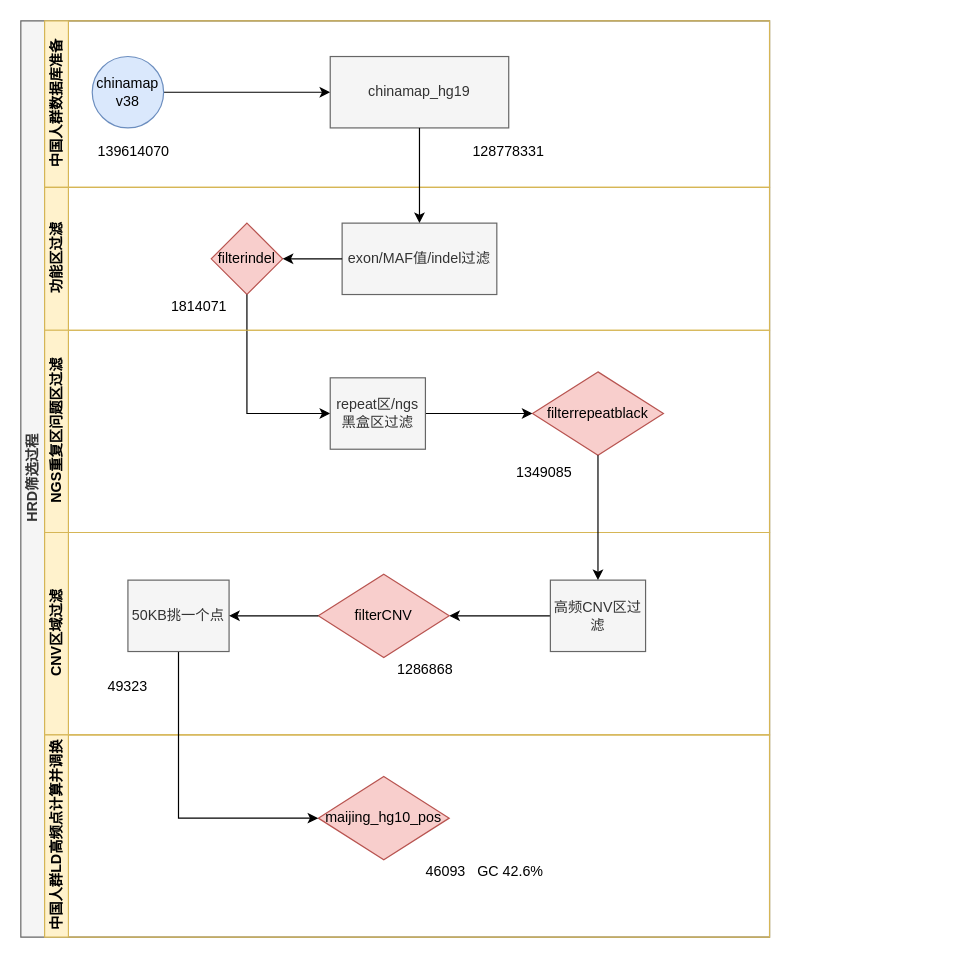
kkshaxqd/pipline_contral keeps this draw.io diagram as HRD_shaixuan_Diagram.drawio. Above is the earlier version. Source tidied: cells renumbered, new cells numbered last; positions are measured from the earlier drawing's top-left corner, leaving out a move shared by most shapes. Both pictures are drawn from the tidied source at 119%, with x=0, y=0 at pixel (20, 20).
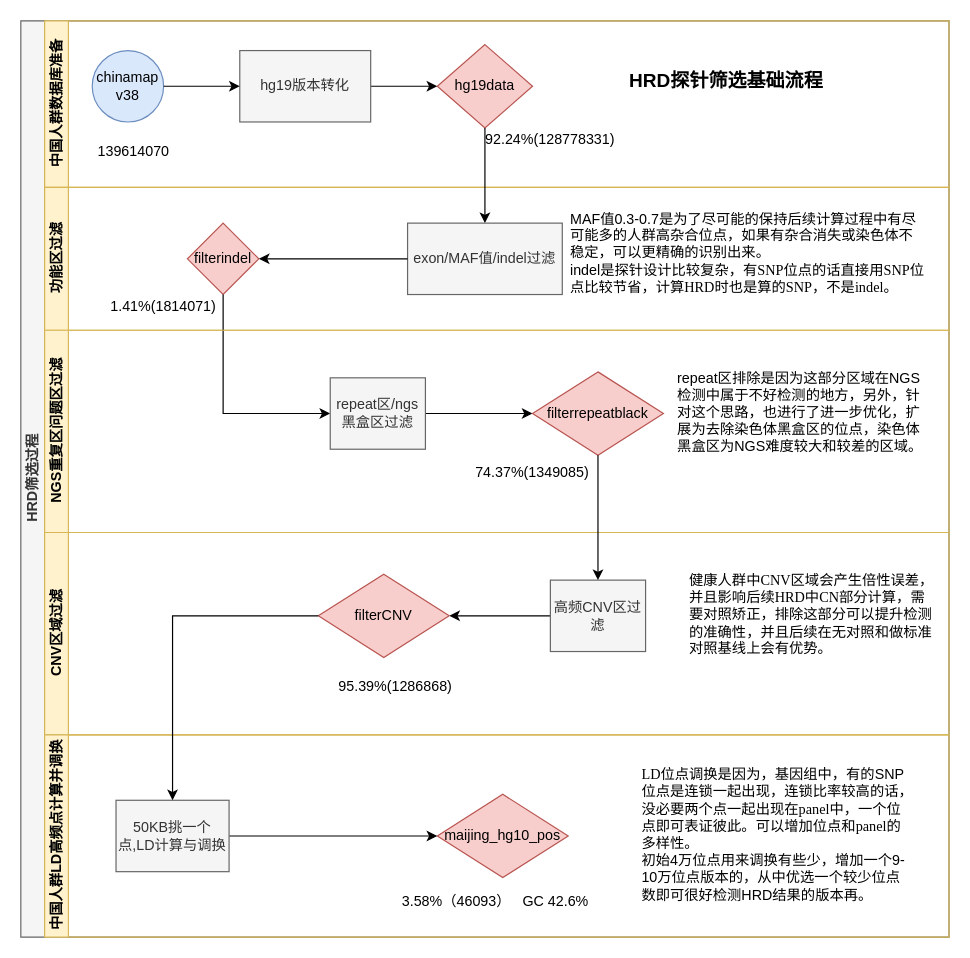
Above is the later version.

The change refers to these unchanged cells:
```xml
<mxCell id="19" value="filterrepeatblack" style="rhombus;whiteSpace=wrap;html=1;fontFamily=Helvetica;fontSize=12;align=center;fillColor=#f8cecc;strokeColor=#b85450;" parent="16" vertex="1">
  <mxGeometry x="410" y="35" width="110" height="70" as="geometry" />
</mxCell>
<mxCell id="23" value="高频CNV区过滤" style="rounded=0;whiteSpace=wrap;html=1;fontFamily=Helvetica;fontSize=12;fontColor=#333333;align=center;fillColor=#f5f5f5;strokeColor=#666666;" parent="21" vertex="1">
  <mxGeometry x="425" y="40" width="80" height="60" as="geometry" />
</mxCell>
<mxCell id="24" value="filterCNV" style="rhombus;whiteSpace=wrap;html=1;fontFamily=Helvetica;fontSize=12;align=center;fillColor=#f8cecc;strokeColor=#b85450;" parent="21" vertex="1">
  <mxGeometry x="230" y="35" width="110" height="70" as="geometry" />
</mxCell>
```

What changed in the source:
```diff
@@
     <mxCell id="2" value="HRD筛选过程" style="swimlane;html=1;horizontal=0;startSize=20;fillColor=#f5f5f5;strokeColor=#666666;fontColor=#333333;" parent="1" vertex="1">
-      <mxGeometry width="629.2" height="770" as="geometry" />
+      <mxGeometry width="780" height="770" as="geometry" />
     </mxCell>
     <mxCell id="3" value="中国人群数据库准备" style="swimlane;html=1;startSize=20;horizontal=0;fillColor=#fff2cc;strokeColor=#d6b656;" parent="2" vertex="1">
-      <mxGeometry x="20" width="609.2" height="140" as="geometry" />
+      <mxGeometry x="20" width="760" height="140" as="geometry" />
     </mxCell>
-    <mxCell id="4" style="edgeStyle=orthogonalEdgeStyle;rounded=0;jettySize=auto;html=1;" parent="3" edge="1" source="5" target="6">
-      <mxGeometry relative="1" as="geometry" />
-    </mxCell>
     <mxCell id="5" value="chinamap&lt;br&gt;v38" style="ellipse;whiteSpace=wrap;html=1;fillColor=#dae8fc;strokeColor=#6c8ebf;" parent="3" vertex="1">
-      <mxGeometry x="40" y="30" width="60" height="60" as="geometry" />
+      <mxGeometry x="40" y="25" width="60" height="60" as="geometry" />
     </mxCell>
-    <mxCell id="6" value="chinamap_hg19" style="rounded=0;whiteSpace=wrap;html=1;fontFamily=Helvetica;fontSize=12;fontColor=#333333;align=center;fillColor=#f5f5f5;strokeColor=#666666;" parent="3" vertex="1">
-      <mxGeometry x="240" y="30" width="150" height="60" as="geometry" />
-    </mxCell>
@@
-    <mxCell id="8" value="128778331" style="text;html=1;strokeColor=none;fillColor=none;align=center;verticalAlign=middle;whiteSpace=wrap;rounded=0;" parent="3" vertex="1">
-      <mxGeometry x="370" y="100" width="40" height="20" as="geometry" />
+    <mxCell id="8" value="92.24%(128778331)" style="text;html=1;strokeColor=none;fillColor=none;align=center;verticalAlign=middle;whiteSpace=wrap;rounded=0;" parent="3" vertex="1">
+      <mxGeometry x="360" y="90" width="130" height="20" as="geometry" />
     </mxCell>
+    <mxCell id="34" value="hg19data" style="rhombus;whiteSpace=wrap;html=1;fontFamily=Helvetica;fontSize=12;align=center;fillColor=#f8cecc;strokeColor=#b85450;" parent="3" vertex="1">
+      <mxGeometry x="330" y="20" width="80" height="70" as="geometry" />
+    </mxCell>
+    <mxCell id="35" style="edgeStyle=orthogonalEdgeStyle;rounded=0;jettySize=auto;html=1;entryX=0;entryY=0.5;entryDx=0;entryDy=0;fontSize=16;" parent="3" edge="1" source="6" target="34">
+      <mxGeometry relative="1" as="geometry" />
+    </mxCell>
+    <mxCell id="6" value="hg19版本转化" style="rounded=0;whiteSpace=wrap;html=1;fontFamily=Helvetica;fontSize=12;fontColor=#333333;align=center;fillColor=#f5f5f5;strokeColor=#666666;" parent="3" vertex="1">
+      <mxGeometry x="164" y="25" width="110" height="60" as="geometry" />
+    </mxCell>
+    <mxCell id="4" style="edgeStyle=orthogonalEdgeStyle;rounded=0;jettySize=auto;html=1;" parent="3" edge="1" source="5" target="6">
+      <mxGeometry relative="1" as="geometry" />
+    </mxCell>
     <mxCell id="9" value="功能区过滤" style="swimlane;html=1;startSize=20;horizontal=0;fillColor=#fff2cc;strokeColor=#d6b656;" parent="2" vertex="1">
-      <mxGeometry x="20" y="140" width="609.2" height="120" as="geometry" />
+      <mxGeometry x="20" y="140" width="760" height="120" as="geometry" />
     </mxCell>
     <mxCell id="10" value="exon/MAF值/indel过滤" style="rounded=0;whiteSpace=wrap;html=1;fontFamily=Helvetica;fontSize=12;fontColor=#333333;align=center;fillColor=#f5f5f5;strokeColor=#666666;" parent="9" vertex="1">
-      <mxGeometry x="250" y="30" width="130" height="60" as="geometry" />
+      <mxGeometry x="305" y="30" width="130" height="60" as="geometry" />
     </mxCell>
     <mxCell id="11" value="filterindel" style="rhombus;whiteSpace=wrap;html=1;fontFamily=Helvetica;fontSize=12;align=center;fillColor=#f8cecc;strokeColor=#b85450;" parent="9" vertex="1">
-      <mxGeometry x="140" y="30" width="60" height="60" as="geometry" />
+      <mxGeometry x="120" y="30" width="60" height="60" as="geometry" />
     </mxCell>
@@
-    <mxCell id="13" value="1814071" style="text;html=1;strokeColor=none;fillColor=none;align=center;verticalAlign=middle;whiteSpace=wrap;rounded=0;" parent="9" vertex="1">
-      <mxGeometry x="110" y="90" width="40" height="20" as="geometry" />
+    <mxCell id="13" value="1.41%(1814071)" style="text;html=1;strokeColor=none;fillColor=none;align=center;verticalAlign=middle;whiteSpace=wrap;rounded=0;" parent="9" vertex="1">
+      <mxGeometry x="50" y="90" width="100" height="20" as="geometry" />
     </mxCell>
-    <mxCell id="14" style="edgeStyle=orthogonalEdgeStyle;rounded=0;jettySize=auto;html=1;entryX=0.5;entryY=0;entryDx=0;entryDy=0;" parent="2" edge="1" source="6" target="10">
-      <mxGeometry relative="1" as="geometry" />
-    </mxCell>
+    <mxCell id="36" value="&lt;font style=&quot;font-size: 12px&quot;&gt;&lt;font style=&quot;font-size: 12px&quot;&gt;MAF值0.3-0.7是为了尽可能的保持后续计算过程中有尽可能多的人群高杂合位点，如果有杂合消失或染色体不稳定，可以更精确的识别出来。&lt;br&gt;&lt;/font&gt;&lt;span&gt;indel是探针设计比较复杂，有&lt;/span&gt;&lt;span lang=&quot;EN-US&quot; style=&quot;font-family: &amp;#34;times new roman&amp;#34; , serif&quot;&gt;SNP&lt;/span&gt;&lt;span&gt;位点的话直接用&lt;/span&gt;&lt;span lang=&quot;EN-US&quot; style=&quot;font-family: &amp;#34;times new roman&amp;#34; , serif&quot;&gt;SNP&lt;/span&gt;&lt;span&gt;位点比较节省，计算&lt;/span&gt;&lt;span lang=&quot;EN-US&quot; style=&quot;font-family: &amp;#34;times new roman&amp;#34; , serif&quot;&gt;HRD&lt;/span&gt;&lt;span&gt;时也是算的&lt;/span&gt;&lt;span lang=&quot;EN-US&quot; style=&quot;font-family: &amp;#34;times new roman&amp;#34; , serif&quot;&gt;SNP&lt;/span&gt;&lt;span&gt;，不是&lt;/span&gt;&lt;span lang=&quot;EN-US&quot; style=&quot;font-family: &amp;#34;times new roman&amp;#34; , serif&quot;&gt;indel&lt;/span&gt;&lt;span&gt;。&lt;/span&gt;&lt;/font&gt;" style="text;html=1;strokeColor=none;fillColor=none;align=left;verticalAlign=middle;whiteSpace=wrap;rounded=0;" parent="9" vertex="1">
+      <mxGeometry x="440" y="20" width="300" height="70" as="geometry" />
+    </mxCell>
@@
     <mxCell id="16" value="NGS重复区问题区过滤" style="swimlane;html=1;startSize=20;horizontal=0;fillColor=#fff2cc;strokeColor=#d6b656;" parent="2" vertex="1">
-      <mxGeometry x="20" y="260" width="609.2" height="170" as="geometry" />
+      <mxGeometry x="20" y="260" width="760" height="170" as="geometry" />
     </mxCell>
@@
-    <mxCell id="20" value="1349085" style="text;html=1;strokeColor=none;fillColor=none;align=center;verticalAlign=middle;whiteSpace=wrap;rounded=0;" parent="16" vertex="1">
-      <mxGeometry x="400" y="110" width="40" height="20" as="geometry" />
+    <mxCell id="20" value="74.37%(1349085)" style="text;html=1;strokeColor=none;fillColor=none;align=center;verticalAlign=middle;whiteSpace=wrap;rounded=0;" parent="16" vertex="1">
+      <mxGeometry x="340" y="110" width="140" height="20" as="geometry" />
     </mxCell>
     <mxCell id="21" value="CNV区域过滤" style="swimlane;html=1;startSize=20;horizontal=0;fillColor=#fff2cc;strokeColor=#d6b656;" parent="2" vertex="1">
-      <mxGeometry x="20" y="430" width="609.2" height="170" as="geometry" />
+      <mxGeometry x="20" y="430" width="760" height="170" as="geometry" />
     </mxCell>
@@
-    <mxCell id="25" value="1286868" style="text;html=1;strokeColor=none;fillColor=none;align=center;verticalAlign=middle;whiteSpace=wrap;rounded=0;" parent="21" vertex="1">
-      <mxGeometry x="300" y="105" width="40" height="20" as="geometry" />
+    <mxCell id="25" value="95.39%(1286868)" style="text;html=1;strokeColor=none;fillColor=none;align=center;verticalAlign=middle;whiteSpace=wrap;rounded=0;" parent="21" vertex="1">
+      <mxGeometry x="230" y="120" width="130" height="20" as="geometry" />
     </mxCell>
-    <mxCell id="26" value="49323" style="text;html=1;strokeColor=none;fillColor=none;align=center;verticalAlign=middle;whiteSpace=wrap;rounded=0;" parent="21" vertex="1">
-      <mxGeometry x="50" y="120" width="40" height="20" as="geometry" />
-    </mxCell>
+    <mxCell id="37" value="&lt;font style=&quot;font-size: 12px&quot;&gt;&lt;span&gt;健康人群中&lt;/span&gt;&lt;span lang=&quot;EN-US&quot; style=&quot;font-family: &amp;#34;times new roman&amp;#34; , serif&quot;&gt;CNV&lt;/span&gt;&lt;span&gt;区域会产生倍性误差，并且影响后续&lt;/span&gt;&lt;span lang=&quot;EN-US&quot; style=&quot;font-family: &amp;#34;times new roman&amp;#34; , serif&quot;&gt;HRD中CN部分&lt;/span&gt;&lt;span&gt;计算，需要对照矫正，排除这部分可以提升检测的准确性，并且后续在无对照和做标准对照基线上会有优势。&lt;/span&gt;&lt;/font&gt;&lt;br&gt;&lt;p class=&quot;MsoListParagraph&quot; style=&quot;margin-left: 21.0pt ; text-indent: 0cm ; line-height: 150%&quot;&gt;&lt;span lang=&quot;EN-US&quot;&gt;&lt;/span&gt;&lt;/p&gt;" style="text;html=1;strokeColor=none;fillColor=none;align=left;verticalAlign=middle;whiteSpace=wrap;rounded=0;" parent="21" vertex="1">
+      <mxGeometry x="540" y="40" width="210" height="70" as="geometry" />
+    </mxCell>
     <mxCell id="27" value="中国人群LD高频点计算并调换" style="swimlane;html=1;startSize=20;horizontal=0;fillColor=#fff2cc;strokeColor=#d6b656;" parent="2" vertex="1">
-      <mxGeometry x="20" y="600" width="609.2" height="170" as="geometry" />
+      <mxGeometry x="20" y="600" width="760" height="170" as="geometry" />
     </mxCell>
     <mxCell id="28" value="maijing_hg10_pos" style="rhombus;whiteSpace=wrap;html=1;fontFamily=Helvetica;fontSize=12;align=center;fillColor=#f8cecc;strokeColor=#b85450;" parent="27" vertex="1">
-      <mxGeometry x="230" y="35" width="110" height="70" as="geometry" />
+      <mxGeometry x="330" y="50" width="110" height="70" as="geometry" />
     </mxCell>
-    <mxCell id="29" value="46093&amp;nbsp; &amp;nbsp;GC 42.6%" style="text;html=1;strokeColor=none;fillColor=none;align=center;verticalAlign=middle;whiteSpace=wrap;rounded=0;" parent="27" vertex="1">
-      <mxGeometry x="300" y="105" width="140" height="20" as="geometry" />
-    </mxCell>
-    <mxCell id="30" style="edgeStyle=orthogonalEdgeStyle;rounded=0;jettySize=auto;html=1;entryX=0.5;entryY=0;entryDx=0;entryDy=0;" parent="2" edge="1" source="19" target="23">
-      <mxGeometry relative="1" as="geometry" />
-    </mxCell>
-    <mxCell id="31" style="edgeStyle=orthogonalEdgeStyle;rounded=0;jettySize=auto;html=1;entryX=0;entryY=0.5;entryDx=0;entryDy=0;exitX=0.5;exitY=1;exitDx=0;exitDy=0;" parent="1" edge="1" source="32" target="28">
+    <mxCell id="31" style="edgeStyle=orthogonalEdgeStyle;rounded=0;jettySize=auto;html=1;entryX=0;entryY=0.5;entryDx=0;entryDy=0;fontSize=16;" parent="27" edge="1" source="32" target="28">
       <mxGeometry relative="1" as="geometry" />
     </mxCell>
-    <mxCell id="32" value="50KB挑一个点" style="whiteSpace=wrap;html=1;fillColor=#f5f5f5;strokeColor=#666666;fontColor=#333333;" parent="1" vertex="1">
-      <mxGeometry x="90" y="470" width="85" height="60" as="geometry" />
+    <mxCell id="32" value="50KB挑一个点,LD计算与调换" style="whiteSpace=wrap;html=1;fillColor=#f5f5f5;strokeColor=#666666;fontColor=#333333;" parent="27" vertex="1">
+      <mxGeometry x="60" y="55" width="95" height="60" as="geometry" />
     </mxCell>
+    <mxCell id="29" value="3.58%（46093）&amp;nbsp; &amp;nbsp;GC 42.6%" style="text;html=1;strokeColor=none;fillColor=none;align=center;verticalAlign=middle;whiteSpace=wrap;rounded=0;" parent="27" vertex="1">
+      <mxGeometry x="274" y="130" width="210" height="20" as="geometry" />
+    </mxCell>
+    <mxCell id="38" value="&lt;font style=&quot;font-size: 12px&quot;&gt;&lt;span lang=&quot;EN-US&quot; style=&quot;font-family: &amp;#34;times new roman&amp;#34; , serif&quot;&gt;LD&lt;/span&gt;&lt;span&gt;位点调换是因为，基因组中，有的SNP位点是连锁一起出现，连锁比率较高的话，没必要两个点一起出现在&lt;/span&gt;&lt;span lang=&quot;EN-US&quot; style=&quot;font-family: &amp;#34;times new roman&amp;#34; , serif&quot;&gt;panel&lt;/span&gt;&lt;span&gt;中，一个位点即可表证彼此。可以增加位点和&lt;/span&gt;&lt;span lang=&quot;EN-US&quot; style=&quot;font-family: &amp;#34;times new roman&amp;#34; , serif&quot;&gt;panel&lt;/span&gt;&lt;span&gt;的多样性。&lt;br&gt;&lt;/span&gt;&lt;/font&gt;初始4万位点用来调换有些少，增加一个9-10万位点版本的，从中优选一个较少位点数即可很好检测HRD结果的版本再。&lt;br&gt;&lt;p class=&quot;MsoListParagraph&quot; style=&quot;margin-left: 21.0pt ; text-indent: 0cm ; line-height: 150%&quot;&gt;&lt;span lang=&quot;EN-US&quot;&gt;&lt;/span&gt;&lt;/p&gt;" style="text;html=1;strokeColor=none;fillColor=none;align=left;verticalAlign=middle;whiteSpace=wrap;rounded=0;" parent="27" vertex="1">
+      <mxGeometry x="500" y="55" width="230" height="70" as="geometry" />
+    </mxCell>
+    <mxCell id="30" style="edgeStyle=orthogonalEdgeStyle;rounded=0;jettySize=auto;html=1;entryX=0.5;entryY=0;entryDx=0;entryDy=0;" parent="2" edge="1" source="19" target="23">
+      <mxGeometry relative="1" as="geometry" />
+    </mxCell>
-    <mxCell id="33" style="edgeStyle=orthogonalEdgeStyle;rounded=0;jettySize=auto;html=1;" parent="1" edge="1" source="24" target="32">
+    <mxCell id="33" style="edgeStyle=orthogonalEdgeStyle;rounded=0;jettySize=auto;html=1;" parent="2" edge="1" source="24" target="32">
       <mxGeometry relative="1" as="geometry" />
     </mxCell>
+    <mxCell id="39" style="edgeStyle=orthogonalEdgeStyle;rounded=0;jettySize=auto;html=1;exitX=0.5;exitY=1;exitDx=0;exitDy=0;entryX=0.5;entryY=0;entryDx=0;entryDy=0;fontSize=16;" parent="2" edge="1" source="34" target="10">
+      <mxGeometry relative="1" as="geometry" />
+    </mxCell>
+    <mxCell id="40" value="HRD探针筛选基础流程" style="text;html=1;strokeColor=none;fillColor=none;align=center;verticalAlign=middle;whiteSpace=wrap;rounded=0;fontSize=16;fontStyle=1;" parent="1" vertex="1">
+      <mxGeometry x="490" y="40" width="206" height="20" as="geometry" />
+    </mxCell>
+    <mxCell id="41" value="&lt;font style=&quot;font-size: 12px&quot;&gt;repeat区&lt;span style=&quot;text-indent: 0cm&quot;&gt;排除是因为这部分区域在&lt;/span&gt;&lt;span lang=&quot;EN-US&quot; style=&quot;text-indent: 0cm&quot;&gt;NGS&lt;/span&gt;&lt;span style=&quot;text-indent: 0cm&quot;&gt;检测中属于不好检测的地方，另外，针对这个思路，也进行了进一步优化，扩展为去除染色体黑盒区的位点，染色体黑盒区为&lt;/span&gt;&lt;span lang=&quot;EN-US&quot; style=&quot;text-indent: 0cm&quot;&gt;NGS&lt;/span&gt;&lt;span style=&quot;text-indent: 0cm&quot;&gt;难度较大和较差的区域。&lt;/span&gt;&lt;/font&gt;&lt;p class=&quot;MsoListParagraph&quot; style=&quot;margin-left: 21.0pt ; text-indent: 0cm ; line-height: 150%&quot;&gt;&lt;span lang=&quot;EN-US&quot;&gt;&lt;/span&gt;&lt;/p&gt;" style="text;html=1;strokeColor=none;fillColor=none;align=left;verticalAlign=middle;whiteSpace=wrap;rounded=0;" parent="1" vertex="1">
+      <mxGeometry x="550" y="300" width="210" height="70" as="geometry" />
+    </mxCell>
```
